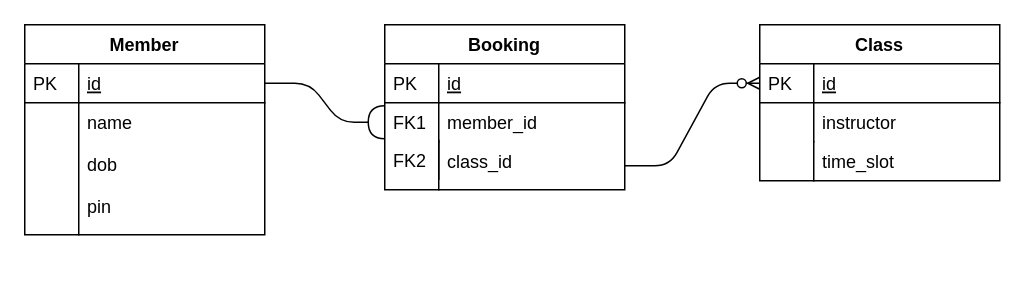
The draw.io diagram design/diagrams/Entity Relationship Diagram.drawio in ed-commits/CodeClan-Gym, before the edit. Source tidied: cells renumbered, new cells numbered last; positions are measured from the earlier drawing's top-left corner, leaving out a move shared by most shapes. Both pictures are drawn from the tidied source at 150%, with x=0, y=0 at pixel (24, 24).
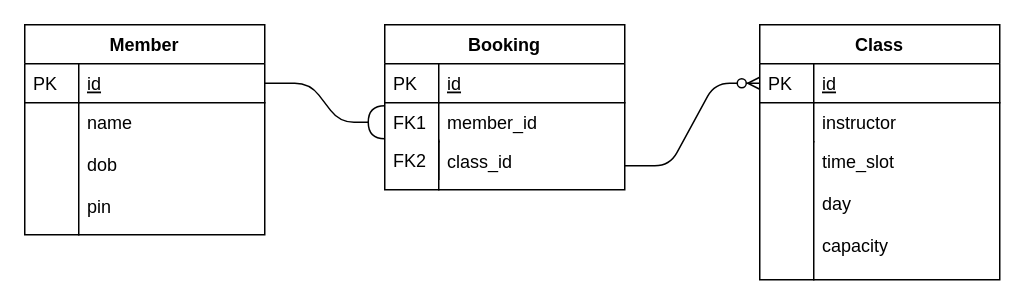
The same diagram, later.

Commit message (it also covers changes not shown here):
design: update the entity relationship diagram to include two new fields (day, capacity) for the classes table

Diff of the diagram source:
```diff
@@
     <mxCell id="17" value="Class" style="swimlane;fontStyle=1;horizontal=1;startSize=26;rounded=0;shadow=0;strokeWidth=1;" parent="1" vertex="1">
-      <mxGeometry x="490" width="160" height="104" as="geometry" />
+      <mxGeometry x="490" width="160" height="170" as="geometry" />
     </mxCell>
@@
-    <mxCell id="22" value="time_slot" style="shape=partialRectangle;top=0;left=0;right=0;bottom=0;align=left;verticalAlign=top;fillColor=none;spacingLeft=40;spacingRight=4;overflow=hidden;rounded=0;shadow=0;strokeWidth=1;" parent="17" vertex="1">
-      <mxGeometry y="78" width="160" height="26" as="geometry" />
+    <mxCell id="22" value="time_slot&#10;&#10;day&#10;&#10;capacity&#10;" style="shape=partialRectangle;top=0;left=0;right=0;bottom=0;align=left;verticalAlign=top;fillColor=none;spacingLeft=40;spacingRight=4;overflow=hidden;rounded=0;shadow=0;strokeWidth=1;" parent="17" vertex="1">
+      <mxGeometry y="78" width="160" height="92" as="geometry" />
     </mxCell>
     <mxCell id="23" style="shape=partialRectangle;top=0;left=0;bottom=0;fillColor=none;align=left;verticalAlign=top;spacingLeft=4;spacingRight=4;overflow=hidden;" parent="22" vertex="1">
-      <mxGeometry width="36" height="26" as="geometry" />
+      <mxGeometry width="36" height="92" as="geometry" />
     </mxCell>
```
